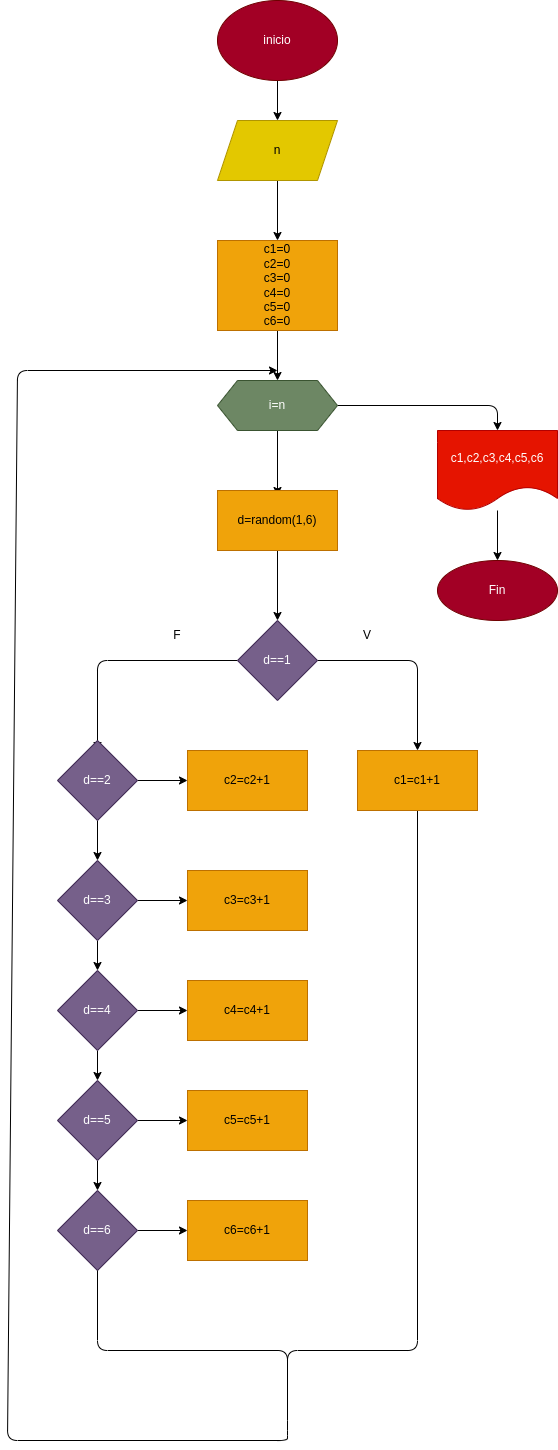
Earlier version of the draw.io export diagrama.png (olarte18/dado_for). Source tidied: cells renumbered, new cells last; positions are measured from the earlier drawing's top-left corner, leaving out a move shared by most shapes.
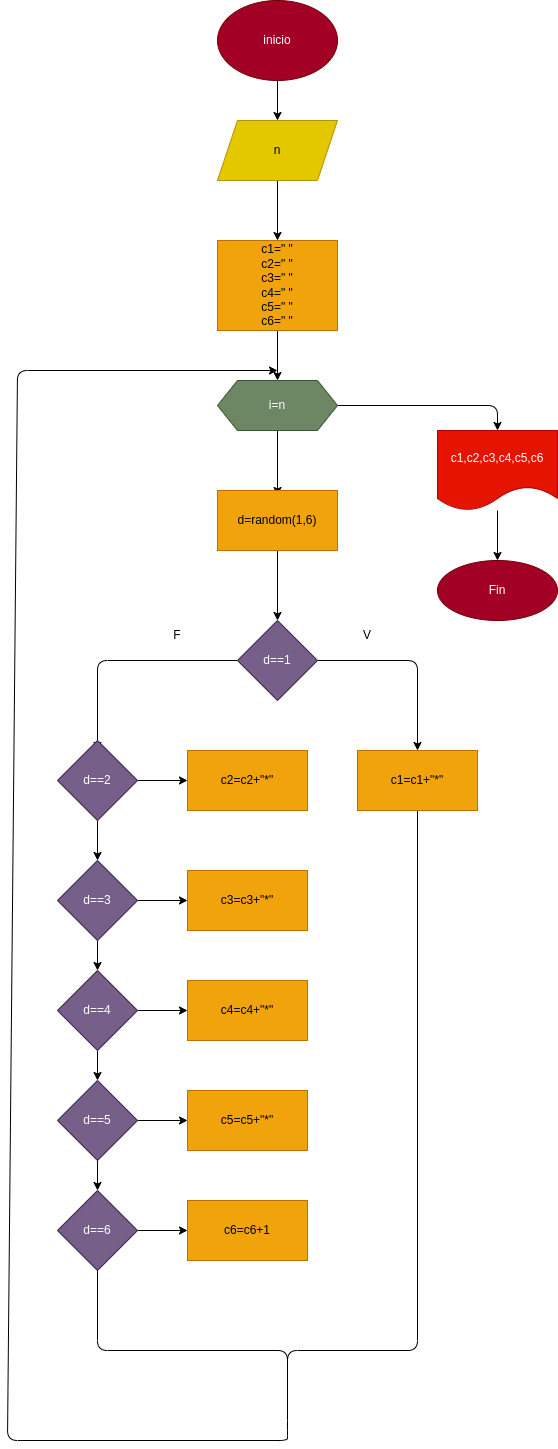
After the change.

The edit, as a diff of the source:
```diff
@@ -17,7 +17,7 @@
     <mxCell id="6" style="edgeStyle=none;html=1;" parent="1" edge="1" source="7" target="10">
       <mxGeometry relative="1" as="geometry" />
     </mxCell>
-    <mxCell id="7" value="c1=0&lt;br&gt;c2=0&lt;br&gt;c3=0&lt;br&gt;c4=0&lt;br&gt;c5=0&lt;br&gt;c6=0" style="whiteSpace=wrap;html=1;fillColor=#f0a30a;fontColor=#000000;strokeColor=#BD7000;" parent="1" vertex="1">
+    <mxCell id="7" value="c1=&quot; &quot;&lt;br&gt;c2=&quot; &quot;&lt;br&gt;c3=&quot; &quot;&lt;br&gt;c4=&quot; &quot;&lt;br&gt;c5=&quot; &quot;&lt;br&gt;c6=&quot; &quot;" style="whiteSpace=wrap;html=1;fillColor=#f0a30a;fontColor=#000000;strokeColor=#BD7000;" parent="1" vertex="1">
       <mxGeometry x="210" y="240" width="120" height="90" as="geometry" />
     </mxCell>
     <mxCell id="8" style="edgeStyle=none;html=1;" parent="1" edge="1" source="10">
@@ -72,7 +72,7 @@
         </Array>
       </mxGeometry>
     </mxCell>
-    <mxCell id="17" value="c1=c1+1" style="rounded=0;whiteSpace=wrap;html=1;fillColor=#f0a30a;fontColor=#000000;strokeColor=#BD7000;" parent="1" vertex="1">
+    <mxCell id="17" value="c1=c1+&quot;*&quot;" style="rounded=0;whiteSpace=wrap;html=1;fillColor=#f0a30a;fontColor=#000000;strokeColor=#BD7000;" parent="1" vertex="1">
       <mxGeometry x="350" y="750" width="120" height="60" as="geometry" />
     </mxCell>
     <mxCell id="18" value="F" style="text;html=1;strokeColor=none;fillColor=none;align=center;verticalAlign=middle;whiteSpace=wrap;rounded=0;" parent="1" vertex="1">
@@ -90,7 +90,7 @@
     <mxCell id="22" value="d==2" style="rhombus;whiteSpace=wrap;html=1;fillColor=#76608a;fontColor=#ffffff;strokeColor=#432D57;" parent="1" vertex="1">
       <mxGeometry x="50" y="740" width="80" height="80" as="geometry" />
     </mxCell>
-    <mxCell id="23" value="c2=c2+1" style="rounded=0;whiteSpace=wrap;html=1;fillColor=#f0a30a;fontColor=#000000;strokeColor=#BD7000;" parent="1" vertex="1">
+    <mxCell id="23" value="c2=c2+&quot;*&quot;" style="rounded=0;whiteSpace=wrap;html=1;fillColor=#f0a30a;fontColor=#000000;strokeColor=#BD7000;" parent="1" vertex="1">
       <mxGeometry x="180" y="750" width="120" height="60" as="geometry" />
     </mxCell>
     <mxCell id="24" style="edgeStyle=none;html=1;" parent="1" edge="1" source="26" target="27">
@@ -102,7 +102,7 @@
     <mxCell id="26" value="d==3" style="rhombus;whiteSpace=wrap;html=1;fillColor=#76608a;fontColor=#ffffff;strokeColor=#432D57;" parent="1" vertex="1">
       <mxGeometry x="50" y="860" width="80" height="80" as="geometry" />
     </mxCell>
-    <mxCell id="27" value="c3=c3+1" style="whiteSpace=wrap;html=1;fillColor=#f0a30a;fontColor=#000000;strokeColor=#BD7000;" parent="1" vertex="1">
+    <mxCell id="27" value="c3=c3+&quot;*&quot;" style="whiteSpace=wrap;html=1;fillColor=#f0a30a;fontColor=#000000;strokeColor=#BD7000;" parent="1" vertex="1">
       <mxGeometry x="180" y="870" width="120" height="60" as="geometry" />
     </mxCell>
     <mxCell id="28" style="edgeStyle=none;html=1;" parent="1" edge="1" source="30" target="31">
@@ -114,7 +114,7 @@
     <mxCell id="30" value="d==4" style="rhombus;whiteSpace=wrap;html=1;fillColor=#76608a;fontColor=#ffffff;strokeColor=#432D57;" parent="1" vertex="1">
       <mxGeometry x="50" y="970" width="80" height="80" as="geometry" />
     </mxCell>
-    <mxCell id="31" value="c4=c4+1" style="whiteSpace=wrap;html=1;fillColor=#f0a30a;fontColor=#000000;strokeColor=#BD7000;" parent="1" vertex="1">
+    <mxCell id="31" value="c4=c4+&quot;*&quot;" style="whiteSpace=wrap;html=1;fillColor=#f0a30a;fontColor=#000000;strokeColor=#BD7000;" parent="1" vertex="1">
       <mxGeometry x="180" y="980" width="120" height="60" as="geometry" />
     </mxCell>
     <mxCell id="32" style="edgeStyle=none;html=1;" parent="1" edge="1" source="34" target="35">
@@ -126,7 +126,7 @@
     <mxCell id="34" value="d==5" style="rhombus;whiteSpace=wrap;html=1;fillColor=#76608a;fontColor=#ffffff;strokeColor=#432D57;" parent="1" vertex="1">
       <mxGeometry x="50" y="1080" width="80" height="80" as="geometry" />
     </mxCell>
-    <mxCell id="35" value="c5=c5+1" style="whiteSpace=wrap;html=1;fillColor=#f0a30a;fontColor=#000000;strokeColor=#BD7000;" parent="1" vertex="1">
+    <mxCell id="35" value="c5=c5+&quot;*&quot;" style="whiteSpace=wrap;html=1;fillColor=#f0a30a;fontColor=#000000;strokeColor=#BD7000;" parent="1" vertex="1">
       <mxGeometry x="180" y="1090" width="120" height="60" as="geometry" />
     </mxCell>
     <mxCell id="36" style="edgeStyle=none;html=1;" parent="1" edge="1" source="37" target="38">
```
